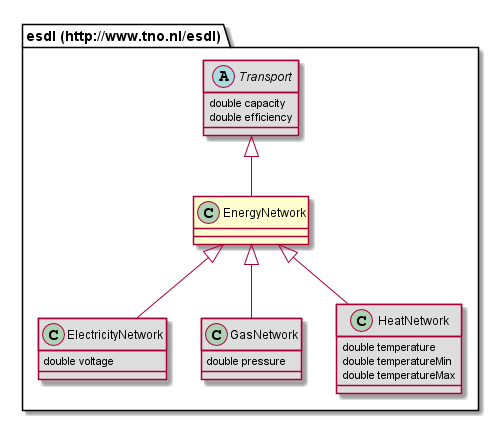
Above: 687474703a2f2f7777772e746e6f2e6e6c2f6573646c/EnergyNetwork.png in EnergyTransition/energytransition.github.io (PlantUML), before the change.
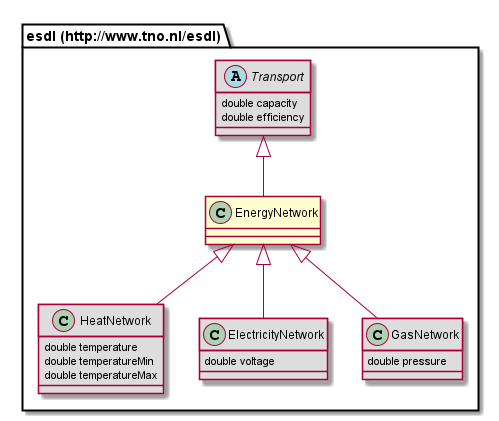
After the commit.

Change to the diagram source:
```diff
@@ -1,5 +1,10 @@
 @startuml
 class "esdl (http://www.tno.nl/esdl).EnergyNetwork" [[#router/doc-content/687474703a2f2f7777772e746e6f2e6e6c2f6573646c/EnergyNetwork.html{Defines an energy network. }]] {
+}
+class "esdl (http://www.tno.nl/esdl).HeatNetwork" [[#router/doc-content/687474703a2f2f7777772e746e6f2e6e6c2f6573646c/HeatNetwork.html{Describes an complete heat network, without detailing the complete topology. }]] #DDDDDD {
+	double temperature
+	double temperatureMin
+	double temperatureMax
 }
 class "esdl (http://www.tno.nl/esdl).ElectricityNetwork" [[#router/doc-content/687474703a2f2f7777772e746e6f2e6e6c2f6573646c/ElectricityNetwork.html{Describes an complete Electricty network, without detailing the complete topology. }]] #DDDDDD {
 	double voltage
@@ -11,13 +16,8 @@
 	double capacity
 	double efficiency
 }
-class "esdl (http://www.tno.nl/esdl).HeatNetwork" [[#router/doc-content/687474703a2f2f7777772e746e6f2e6e6c2f6573646c/HeatNetwork.html{Describes an complete heat network, without detailing the complete topology. }]] #DDDDDD {
-	double temperature
-	double temperatureMin
-	double temperatureMax
-}
+"esdl (http://www.tno.nl/esdl).EnergyNetwork" <|-- "esdl (http://www.tno.nl/esdl).HeatNetwork"
 "esdl (http://www.tno.nl/esdl).Transport" <|-- "esdl (http://www.tno.nl/esdl).EnergyNetwork"
 "esdl (http://www.tno.nl/esdl).EnergyNetwork" <|-- "esdl (http://www.tno.nl/esdl).ElectricityNetwork"
 "esdl (http://www.tno.nl/esdl).EnergyNetwork" <|-- "esdl (http://www.tno.nl/esdl).GasNetwork"
-"esdl (http://www.tno.nl/esdl).EnergyNetwork" <|-- "esdl (http://www.tno.nl/esdl).HeatNetwork"
 @enduml
```
